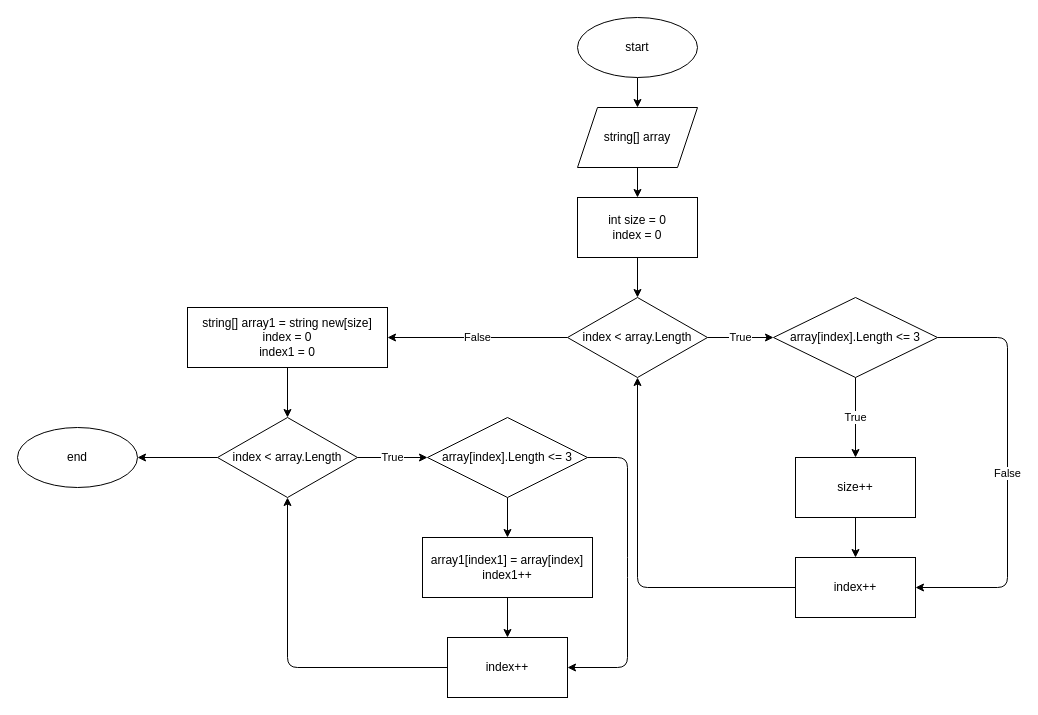
AlexeyZam15/ControlTest keeps this draw.io diagram as task01/task01.drawio. Above is the earlier version. Source tidied: cells renumbered, new cells numbered last; positions are measured from the earlier drawing's top-left corner, leaving out a move shared by most shapes. Both pictures are drawn from the tidied source at 100%, with x=0, y=0 at pixel (17, 17).
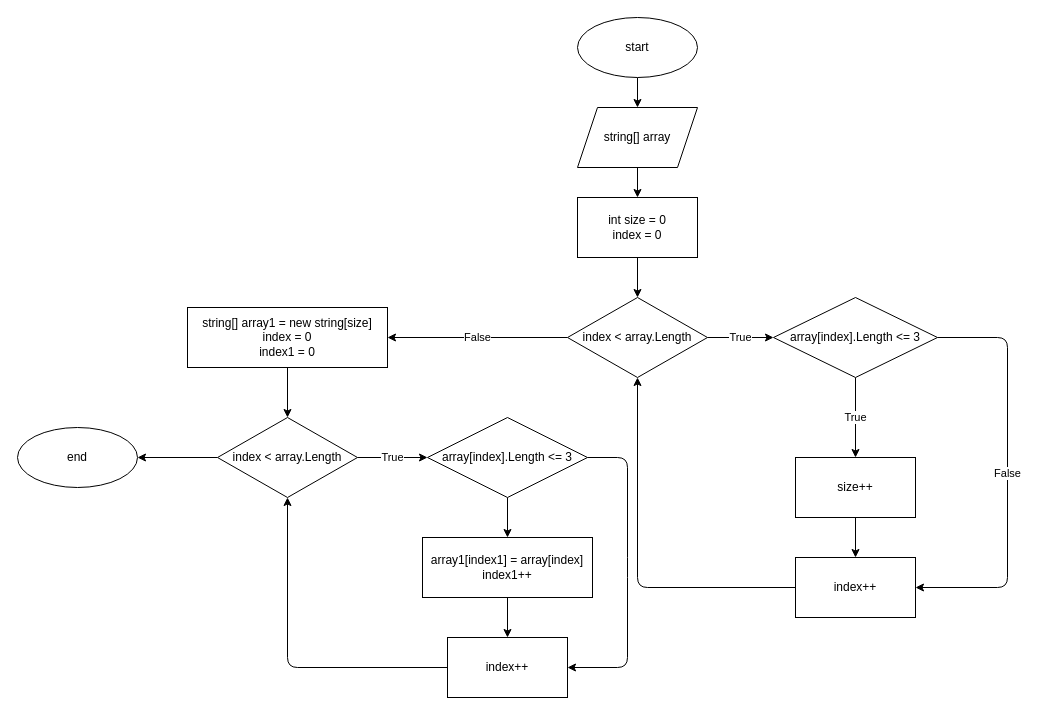
Above is the later version.

What changed in the source:
```diff
@@
-    <mxCell id="19" value="string[] array1 = string new[size]&lt;br&gt;index = 0&lt;br&gt;index1 = 0" style="whiteSpace=wrap;html=1;" parent="1" vertex="1">
+    <mxCell id="19" value="string[] array1 = new string[size]&lt;br&gt;index = 0&lt;br&gt;index1 = 0" style="whiteSpace=wrap;html=1;" parent="1" vertex="1">
       <mxGeometry x="170" y="290" width="200" height="60" as="geometry" />
     </mxCell>
```
